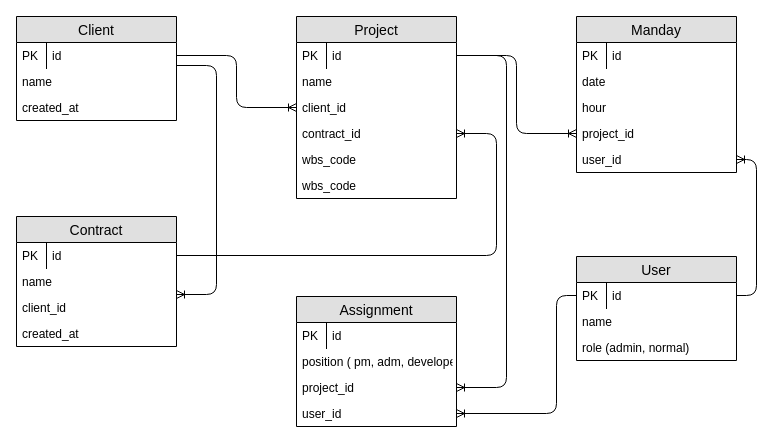
This is emotibot-delivery.drawio from SpiderEvgn/drawIO, a draw.io file, before an edit. Source tidied: cells renumbered, new cells numbered last; positions are measured from the earlier drawing's top-left corner, leaving out a move shared by most shapes. Both pictures are drawn from the tidied source at 100%, with x=0, y=0 at pixel (16, 16).
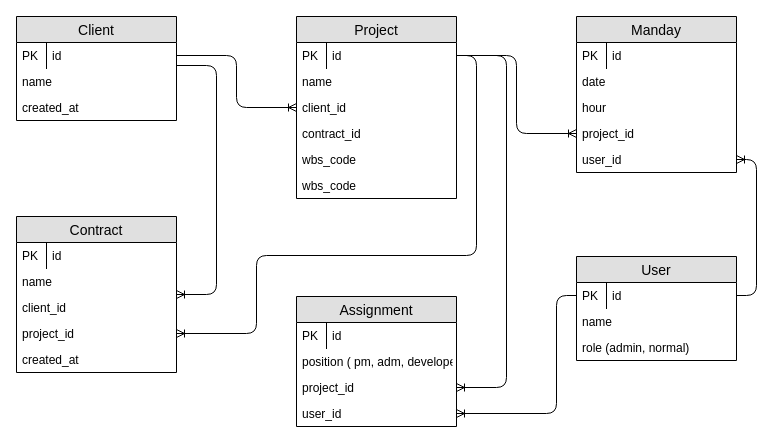
Above is the later version.

The change refers to these unchanged cells:
```xml
<mxCell id="8" value="id" style="shape=partialRectangle;top=0;left=0;right=0;bottom=0;align=left;verticalAlign=top;fillColor=none;spacingLeft=34;spacingRight=4;overflow=hidden;points=[[0,0.5],[1,0.5]];portConstraint=eastwest;fontSize=12;" parent="7" vertex="1">
  <mxGeometry y="26" width="160" height="26" as="geometry" />
</mxCell>
<mxCell id="12" value="contract_id" style="text;strokeColor=none;fillColor=none;spacingLeft=4;spacingRight=4;overflow=hidden;points=[[0,0.5],[1,0.5]];portConstraint=eastwest;fontSize=12;" parent="7" vertex="1">
  <mxGeometry y="104" width="160" height="26" as="geometry" />
</mxCell>
<mxCell id="21" value="id" style="shape=partialRectangle;top=0;left=0;right=0;bottom=0;align=left;verticalAlign=top;fillColor=none;spacingLeft=34;spacingRight=4;overflow=hidden;points=[[0,0.5],[1,0.5]];portConstraint=eastwest;fontSize=12;" parent="20" vertex="1">
  <mxGeometry y="26" width="160" height="26" as="geometry" />
</mxCell>
```

The edit, as a diff of the source:
```diff
@@
     <mxCell id="20" value="Contract" style="swimlane;fontStyle=0;horizontal=1;startSize=26;fillColor=#e0e0e0;swimlaneFillColor=#ffffff;align=center;fontSize=14;" parent="1" vertex="1">
-      <mxGeometry y="200" width="160" height="130" as="geometry" />
+      <mxGeometry y="200" width="160" height="156" as="geometry" />
     </mxCell>
@@
+    <mxCell id="46" value="project_id" style="text;strokeColor=none;fillColor=none;spacingLeft=4;spacingRight=4;overflow=hidden;points=[[0,0.5],[1,0.5]];portConstraint=eastwest;fontSize=12;" parent="20" vertex="1">
+      <mxGeometry y="104" width="160" height="26" as="geometry" />
+    </mxCell>
     <mxCell id="25" value="created_at" style="text;strokeColor=none;fillColor=none;spacingLeft=4;spacingRight=4;overflow=hidden;fontSize=12;" parent="20" vertex="1">
-      <mxGeometry y="104" width="160" height="26" as="geometry" />
+      <mxGeometry y="130" width="160" height="26" as="geometry" />
     </mxCell>
@@
-    <mxCell id="28" style="edgeStyle=orthogonalEdgeStyle;fontSize=12;html=1;endArrow=ERoneToMany;" parent="1" edge="1" source="21" target="12">
+    <mxCell id="28" style="edgeStyle=orthogonalEdgeStyle;fontSize=12;html=1;endArrow=ERoneToMany;" parent="1" edge="1" source="8" target="46">
       <mxGeometry relative="1" as="geometry">
         <Array as="points">
-          <mxPoint x="480" y="239" />
-          <mxPoint x="480" y="117" />
+          <mxPoint x="460" y="39" />
+          <mxPoint x="460" y="239" />
+          <mxPoint x="240" y="239" />
+          <mxPoint x="240" y="317" />
         </Array>
       </mxGeometry>
     </mxCell>
```
